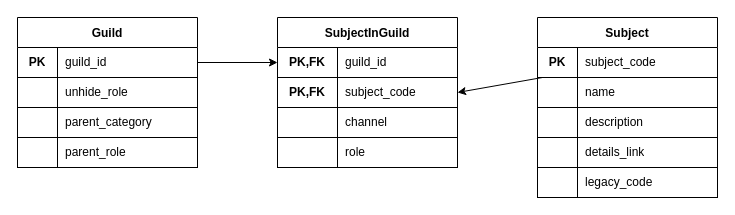
Before: src/db/schema.drawio in mitchell-merry/wsu-subject-manager, a draw.io diagram. Source tidied: cells renumbered, new cells numbered last; positions are measured from the earlier drawing's top-left corner, leaving out a move shared by most shapes. Both pictures are drawn from the tidied source at 100%, with x=0, y=0 at pixel (17, 17).
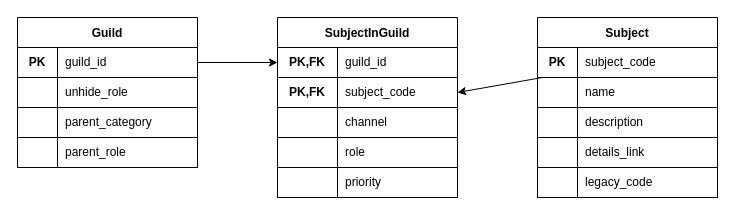
After the change.

Commit message (it also covers changes not shown here):
Add priority to the sort

Change to the diagram source:
```diff
@@
     <mxCell id="33" value="SubjectInGuild" style="shape=table;startSize=30;childLayout=tableLayout;rowLines=0;fontStyle=1;align=center;" parent="1" vertex="1">
-      <mxGeometry x="260" width="180" height="150" as="geometry" />
+      <mxGeometry x="260" width="180" height="180" as="geometry" />
     </mxCell>
@@
+    <mxCell id="46" style="shape=partialRectangle;html=1;whiteSpace=wrap;fillColor=none;top=0;left=0;bottom=1;right=0;" parent="33" vertex="1">
+      <mxGeometry y="150" width="180" height="30" as="geometry" />
+    </mxCell>
+    <mxCell id="47" style="shape=partialRectangle;html=1;whiteSpace=wrap;fillColor=none;top=0;left=0;bottom=0;right=0;overflow=hidden;" parent="46" vertex="1">
+      <mxGeometry width="60" height="30" as="geometry" />
+    </mxCell>
+    <mxCell id="48" value="priority" style="shape=partialRectangle;html=1;whiteSpace=wrap;fillColor=none;top=0;left=0;bottom=0;right=0;align=left;spacingLeft=6;overflow=hidden;" parent="46" vertex="1">
+      <mxGeometry x="60" width="120" height="30" as="geometry" />
+    </mxCell>
```
